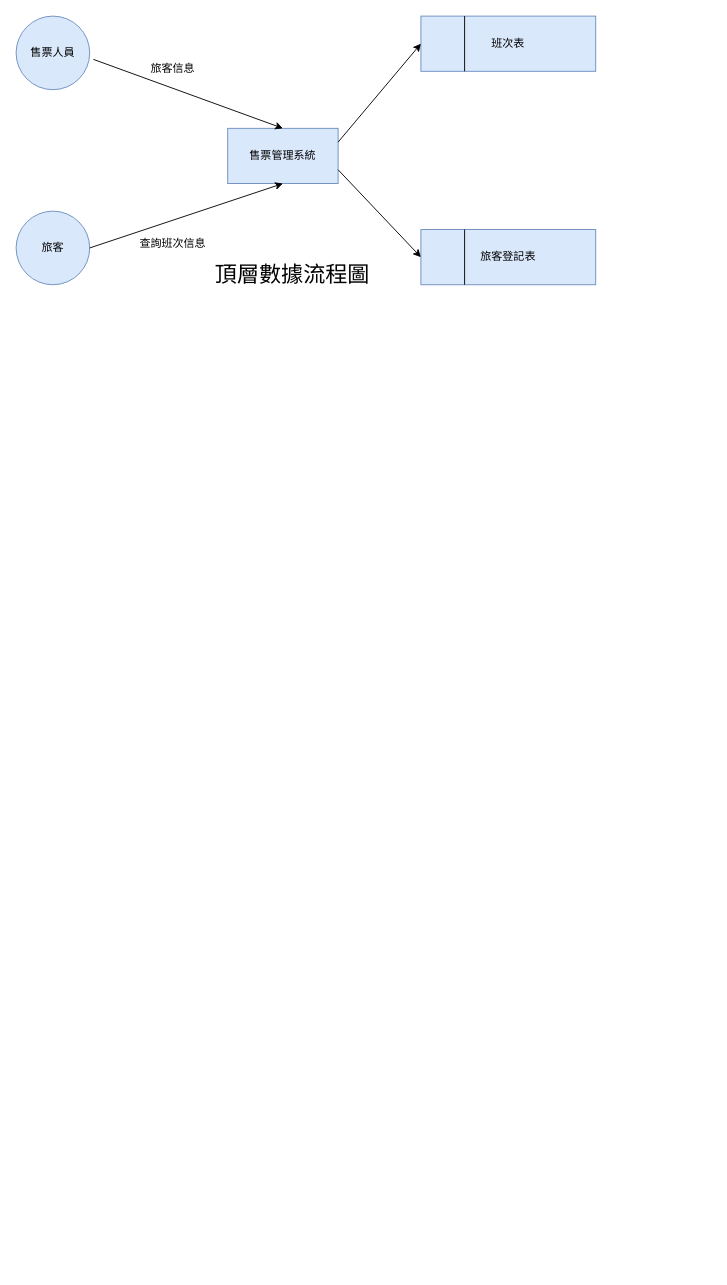
Before: 系統數據流程圖.drawio in 0senyu0/final-report, a draw.io diagram. Source tidied: cells renumbered, new cells numbered last; positions are measured from the earlier drawing's top-left corner, leaving out a move shared by most shapes. Both pictures are drawn from the tidied source at 92%, with x=0, y=0 at pixel (16, 16).
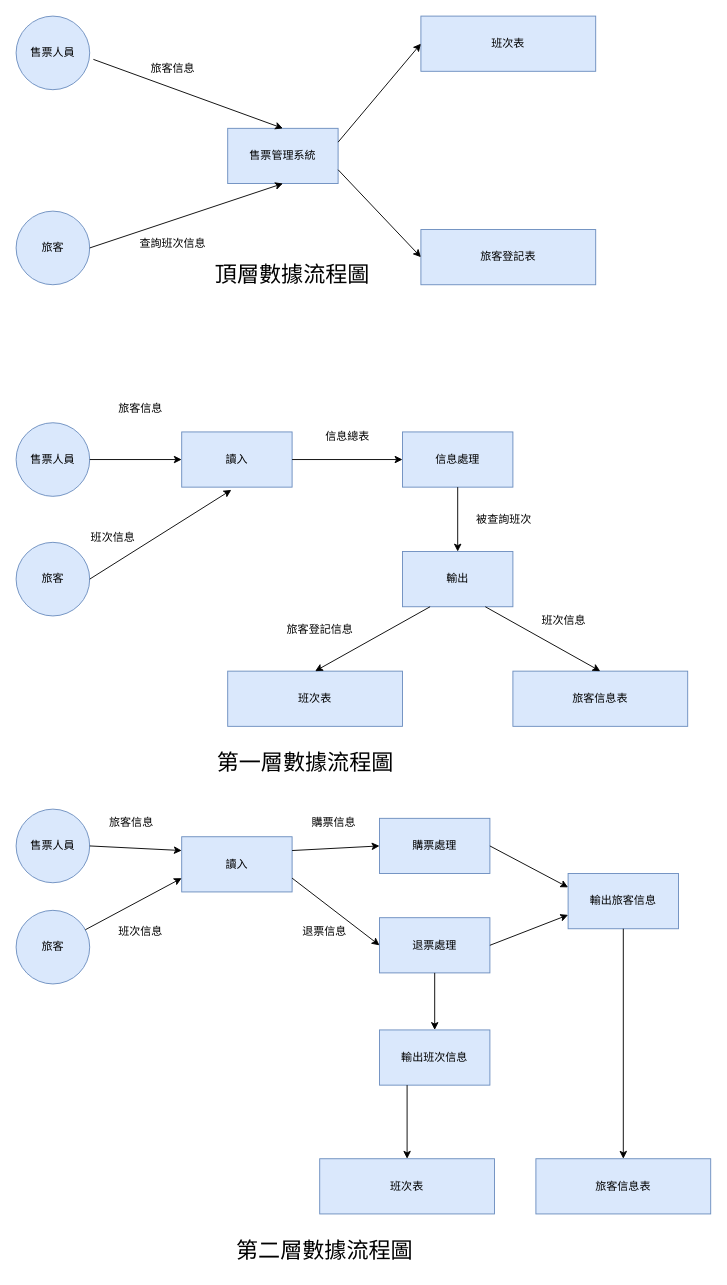
Above is the later version.

Commit message:
更新系統數據流程圖.drawio

The change refers to these unchanged cells:
```xml
<mxCell id="5" value="班次表" style="rounded=0;whiteSpace=wrap;html=1;fillColor=#dae8fc;strokeColor=#6c8ebf;" parent="1" vertex="1">
  <mxGeometry x="440" width="190" height="60" as="geometry" />
</mxCell>
<mxCell id="7" value="旅客登記表" style="rounded=0;whiteSpace=wrap;html=1;fillColor=#dae8fc;strokeColor=#6c8ebf;" parent="1" vertex="1">
  <mxGeometry x="440" y="232" width="190" height="60" as="geometry" />
</mxCell>
```

What changed in the source:
```diff
@@
-    <mxCell id="6" style="endArrow=none;html=1;rounded=0;entryX=0.25;entryY=0;entryDx=0;entryDy=0;exitX=0.25;exitY=1;exitDx=0;exitDy=0;" parent="1" edge="1" source="5" target="5">
-      <mxGeometry relative="1" as="geometry" />
-    </mxCell>
@@
-    <mxCell id="8" style="endArrow=none;html=1;rounded=0;exitX=0.25;exitY=1;exitDx=0;exitDy=0;entryX=0.25;entryY=0;entryDx=0;entryDy=0;" parent="1" edge="1" source="7" target="7">
-      <mxGeometry relative="1" as="geometry" />
-    </mxCell>
@@
+    <mxCell id="16" value="售票人員" style="ellipse;whiteSpace=wrap;html=1;fillColor=#dae8fc;strokeColor=#6c8ebf;" parent="1" vertex="1">
+      <mxGeometry y="442" width="80" height="80" as="geometry" />
+    </mxCell>
+    <mxCell id="17" value="旅客" style="ellipse;whiteSpace=wrap;html=1;fillColor=#dae8fc;strokeColor=#6c8ebf;" parent="1" vertex="1">
+      <mxGeometry y="572" width="80" height="80" as="geometry" />
+    </mxCell>
+    <mxCell id="18" value="讀入" style="rounded=0;whiteSpace=wrap;html=1;fillColor=#dae8fc;strokeColor=#6c8ebf;" parent="1" vertex="1">
+      <mxGeometry x="180" y="452" width="120" height="60" as="geometry" />
+    </mxCell>
+    <mxCell id="19" value="信息處理" style="rounded=0;whiteSpace=wrap;html=1;fillColor=#dae8fc;strokeColor=#6c8ebf;" parent="1" vertex="1">
+      <mxGeometry x="420" y="452" width="120" height="60" as="geometry" />
+    </mxCell>
+    <mxCell id="20" value="輸出" style="rounded=0;whiteSpace=wrap;html=1;fillColor=#dae8fc;strokeColor=#6c8ebf;" parent="1" vertex="1">
+      <mxGeometry x="420" y="582" width="120" height="60" as="geometry" />
+    </mxCell>
+    <mxCell id="21" value="班次表" style="rounded=0;whiteSpace=wrap;html=1;fillColor=#dae8fc;strokeColor=#6c8ebf;" parent="1" vertex="1">
+      <mxGeometry x="230" y="712" width="190" height="60" as="geometry" />
+    </mxCell>
+    <mxCell id="22" value="旅客信息表" style="rounded=0;whiteSpace=wrap;html=1;fillColor=#dae8fc;strokeColor=#6c8ebf;" parent="1" vertex="1">
+      <mxGeometry x="540" y="712" width="190" height="60" as="geometry" />
+    </mxCell>
+    <mxCell id="23" value="旅客信息" style="text;html=1;align=center;verticalAlign=middle;strokeColor=none;fillColor=none;" parent="1" vertex="1">
+      <mxGeometry x="100" y="412" width="70" height="30" as="geometry" />
+    </mxCell>
+    <mxCell id="24" value="班次信息" style="text;html=1;align=center;verticalAlign=middle;strokeColor=none;fillColor=none;" parent="1" vertex="1">
+      <mxGeometry x="70" y="552" width="70" height="30" as="geometry" />
+    </mxCell>
+    <mxCell id="25" style="endArrow=classic;html=1;rounded=0;exitX=1;exitY=0.5;exitDx=0;exitDy=0;entryX=0;entryY=0.5;entryDx=0;entryDy=0;" parent="1" edge="1" source="16" target="18">
+      <mxGeometry relative="1" as="geometry" />
+    </mxCell>
+    <mxCell id="26" style="endArrow=classic;html=1;rounded=0;exitX=1;exitY=0.5;exitDx=0;exitDy=0;entryX=0.45;entryY=1.05;entryDx=0;entryDy=0;entryPerimeter=0;" parent="1" edge="1" source="17" target="18">
+      <mxGeometry relative="1" as="geometry" />
+    </mxCell>
+    <mxCell id="27" style="endArrow=classic;html=1;rounded=0;exitX=1;exitY=0.5;exitDx=0;exitDy=0;entryX=0;entryY=0.5;entryDx=0;entryDy=0;" parent="1" edge="1" source="18" target="19">
+      <mxGeometry relative="1" as="geometry" />
+    </mxCell>
+    <mxCell id="28" style="endArrow=classic;html=1;rounded=0;exitX=0.5;exitY=1;exitDx=0;exitDy=0;entryX=0.5;entryY=0;entryDx=0;entryDy=0;" parent="1" edge="1" source="19" target="20">
+      <mxGeometry relative="1" as="geometry" />
+    </mxCell>
+    <mxCell id="29" style="endArrow=classic;html=1;rounded=0;exitX=0.25;exitY=1;exitDx=0;exitDy=0;entryX=0.5;entryY=0;entryDx=0;entryDy=0;" parent="1" edge="1" source="20" target="21">
+      <mxGeometry relative="1" as="geometry" />
+    </mxCell>
+    <mxCell id="30" style="endArrow=classic;html=1;rounded=0;exitX=0.75;exitY=1;exitDx=0;exitDy=0;entryX=0.5;entryY=0;entryDx=0;entryDy=0;" parent="1" edge="1" source="20" target="22">
+      <mxGeometry relative="1" as="geometry" />
+    </mxCell>
+    <mxCell id="31" value="旅客登記信息" style="text;html=1;align=center;verticalAlign=middle;strokeColor=none;fillColor=none;" parent="1" vertex="1">
+      <mxGeometry x="280" y="652" width="100" height="30" as="geometry" />
+    </mxCell>
+    <mxCell id="32" value="信息總表" style="text;html=1;align=center;verticalAlign=middle;strokeColor=none;fillColor=none;" parent="1" vertex="1">
+      <mxGeometry x="325" y="442" width="70" height="30" as="geometry" />
+    </mxCell>
+    <mxCell id="33" value="被查詢班次" style="text;html=1;align=center;verticalAlign=middle;strokeColor=none;fillColor=none;" parent="1" vertex="1">
+      <mxGeometry x="490" y="532" width="80" height="30" as="geometry" />
+    </mxCell>
+    <mxCell id="34" value="班次信息" style="text;html=1;align=center;verticalAlign=middle;strokeColor=none;fillColor=none;" parent="1" vertex="1">
+      <mxGeometry x="560" y="642" width="70" height="30" as="geometry" />
+    </mxCell>
+    <mxCell id="35" value="&lt;font style=&quot;font-size: 24px;&quot;&gt;第一層數據流程圖&lt;/font&gt;" style="text;html=1;align=center;verticalAlign=middle;strokeColor=none;fillColor=none;" parent="1" vertex="1">
+      <mxGeometry x="204" y="792" width="220" height="40" as="geometry" />
+    </mxCell>
+    <mxCell id="36" value="售票人員" style="ellipse;whiteSpace=wrap;html=1;fillColor=#dae8fc;strokeColor=#6c8ebf;" parent="1" vertex="1">
+      <mxGeometry y="862" width="80" height="80" as="geometry" />
+    </mxCell>
+    <mxCell id="37" value="旅客" style="ellipse;whiteSpace=wrap;html=1;fillColor=#dae8fc;strokeColor=#6c8ebf;" parent="1" vertex="1">
+      <mxGeometry y="972" width="80" height="80" as="geometry" />
+    </mxCell>
+    <mxCell id="38" value="讀入" style="rounded=0;whiteSpace=wrap;html=1;fillColor=#dae8fc;strokeColor=#6c8ebf;" parent="1" vertex="1">
+      <mxGeometry x="180" y="892" width="120" height="60" as="geometry" />
+    </mxCell>
+    <mxCell id="39" value="購票處理" style="rounded=0;whiteSpace=wrap;html=1;fillColor=#dae8fc;strokeColor=#6c8ebf;" parent="1" vertex="1">
+      <mxGeometry x="395" y="872" width="120" height="60" as="geometry" />
+    </mxCell>
+    <mxCell id="40" value="退票處理" style="rounded=0;whiteSpace=wrap;html=1;fillColor=#dae8fc;strokeColor=#6c8ebf;" parent="1" vertex="1">
+      <mxGeometry x="395" y="980" width="120" height="60" as="geometry" />
+    </mxCell>
+    <mxCell id="41" value="輸出旅客信息" style="rounded=0;whiteSpace=wrap;html=1;fillColor=#dae8fc;strokeColor=#6c8ebf;" parent="1" vertex="1">
+      <mxGeometry x="600" y="932" width="120" height="60" as="geometry" />
+    </mxCell>
+    <mxCell id="42" value="輸出班次信息" style="rounded=0;whiteSpace=wrap;html=1;fillColor=#dae8fc;strokeColor=#6c8ebf;" parent="1" vertex="1">
+      <mxGeometry x="395" y="1102" width="120" height="60" as="geometry" />
+    </mxCell>
+    <mxCell id="43" value="班次表" style="rounded=0;whiteSpace=wrap;html=1;fillColor=#dae8fc;strokeColor=#6c8ebf;" parent="1" vertex="1">
+      <mxGeometry x="330" y="1242" width="190" height="60" as="geometry" />
+    </mxCell>
+    <mxCell id="44" value="旅客信息表" style="rounded=0;whiteSpace=wrap;html=1;fillColor=#dae8fc;strokeColor=#6c8ebf;" parent="1" vertex="1">
+      <mxGeometry x="565" y="1242" width="190" height="60" as="geometry" />
+    </mxCell>
+    <mxCell id="45" style="endArrow=classic;html=1;rounded=0;exitX=1;exitY=0.5;exitDx=0;exitDy=0;entryX=0;entryY=0.25;entryDx=0;entryDy=0;" parent="1" edge="1" source="36" target="38">
+      <mxGeometry relative="1" as="geometry" />
+    </mxCell>
+    <mxCell id="46" style="endArrow=classic;html=1;rounded=0;entryX=0;entryY=0.75;entryDx=0;entryDy=0;" parent="1" edge="1" source="37" target="38">
+      <mxGeometry relative="1" as="geometry" />
+    </mxCell>
+    <mxCell id="47" style="endArrow=classic;html=1;rounded=0;entryX=0;entryY=0.5;entryDx=0;entryDy=0;exitX=1;exitY=0.25;exitDx=0;exitDy=0;" parent="1" edge="1" source="38" target="39">
+      <mxGeometry relative="1" as="geometry" />
+    </mxCell>
+    <mxCell id="48" style="endArrow=classic;html=1;rounded=0;entryX=0;entryY=0.5;entryDx=0;entryDy=0;exitX=1;exitY=0.75;exitDx=0;exitDy=0;" parent="1" edge="1" source="38" target="40">
+      <mxGeometry relative="1" as="geometry" />
+    </mxCell>
+    <mxCell id="49" style="endArrow=classic;html=1;rounded=0;entryX=0.5;entryY=0;entryDx=0;entryDy=0;exitX=0.5;exitY=1;exitDx=0;exitDy=0;" parent="1" edge="1" source="40" target="42">
+      <mxGeometry relative="1" as="geometry" />
+    </mxCell>
+    <mxCell id="50" style="endArrow=classic;html=1;rounded=0;entryX=0;entryY=0.25;entryDx=0;entryDy=0;exitX=1;exitY=0.5;exitDx=0;exitDy=0;" parent="1" edge="1" source="39" target="41">
+      <mxGeometry relative="1" as="geometry" />
+    </mxCell>
+    <mxCell id="51" style="endArrow=classic;html=1;rounded=0;entryX=0;entryY=0.75;entryDx=0;entryDy=0;exitX=1;exitY=0.5;exitDx=0;exitDy=0;" parent="1" edge="1" source="40" target="41">
+      <mxGeometry relative="1" as="geometry" />
+    </mxCell>
+    <mxCell id="52" style="endArrow=classic;html=1;rounded=0;entryX=0.5;entryY=0;entryDx=0;entryDy=0;exitX=0.25;exitY=1;exitDx=0;exitDy=0;" parent="1" edge="1" source="42" target="43">
+      <mxGeometry relative="1" as="geometry" />
+    </mxCell>
+    <mxCell id="53" style="endArrow=classic;html=1;rounded=0;entryX=0.5;entryY=0;entryDx=0;entryDy=0;exitX=0.5;exitY=1;exitDx=0;exitDy=0;" parent="1" edge="1" source="41" target="44">
+      <mxGeometry relative="1" as="geometry" />
+    </mxCell>
+    <mxCell id="54" value="旅客信息" style="text;html=1;align=center;verticalAlign=middle;strokeColor=none;fillColor=none;" parent="1" vertex="1">
+      <mxGeometry x="90" y="862" width="70" height="30" as="geometry" />
+    </mxCell>
+    <mxCell id="55" value="班次信息" style="text;html=1;align=center;verticalAlign=middle;strokeColor=none;fillColor=none;" parent="1" vertex="1">
+      <mxGeometry x="100" y="980" width="70" height="30" as="geometry" />
+    </mxCell>
+    <mxCell id="56" value="購票信息" style="text;html=1;align=center;verticalAlign=middle;strokeColor=none;fillColor=none;" parent="1" vertex="1">
+      <mxGeometry x="310" y="862" width="70" height="30" as="geometry" />
+    </mxCell>
+    <mxCell id="57" value="退票信息" style="text;html=1;align=center;verticalAlign=middle;strokeColor=none;fillColor=none;" parent="1" vertex="1">
+      <mxGeometry x="300" y="980" width="70" height="30" as="geometry" />
+    </mxCell>
+    <mxCell id="58" value="&lt;font style=&quot;font-size: 24px;&quot;&gt;第二層數據流程圖&lt;/font&gt;" style="text;html=1;align=center;verticalAlign=middle;strokeColor=none;fillColor=none;" parent="1" vertex="1">
+      <mxGeometry x="225" y="1322" width="220" height="40" as="geometry" />
+    </mxCell>
```
